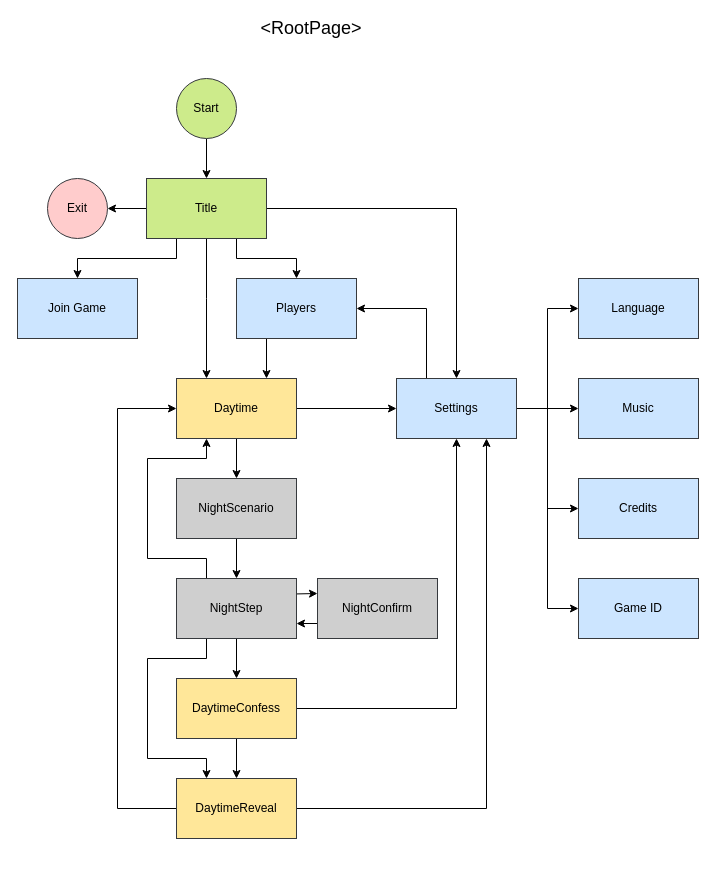
Earlier version of the draw.io diagram doc/Salem1692Moderator.drawio (ruittenb/salem-1692). Source tidied: cells renumbered, new cells numbered last; positions are measured from the earlier drawing's top-left corner, leaving out a move shared by most shapes. Both pictures are drawn from the tidied source at 100%, with x=0, y=0 at pixel (17, 18).
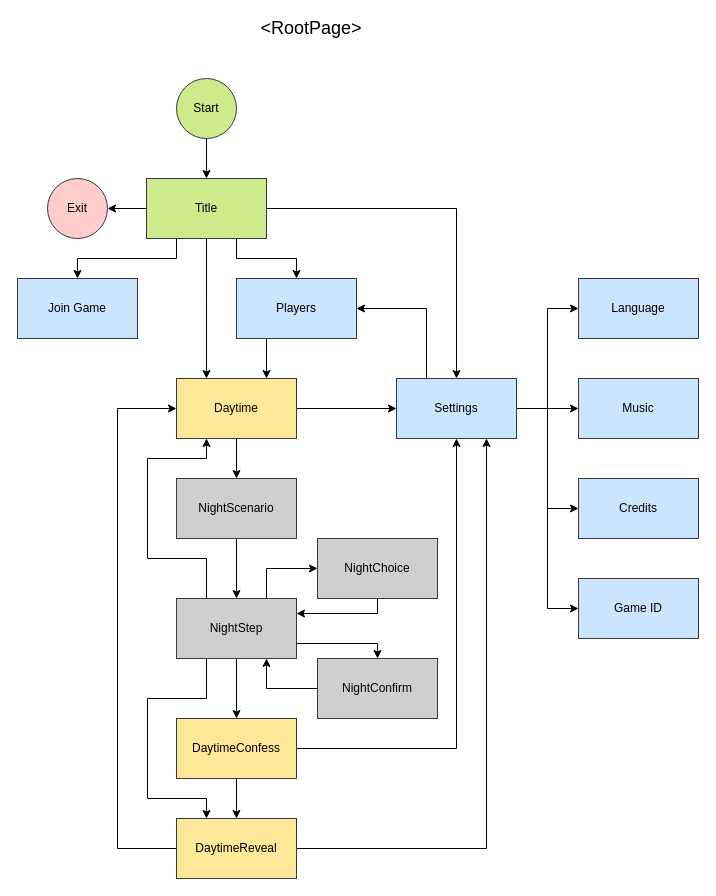
Above is the later version.

Unchanged cells that the change refers to:
```xml
<mxCell id="25" value="Daytime" style="rounded=0;whiteSpace=wrap;html=1;strokeColor=#36393d;fillColor=#FFE799;" parent="1" vertex="1">
  <mxGeometry x="159" y="360" width="120" height="60" as="geometry" />
</mxCell>
```

Change to the diagram source:
```diff
@@
-    <mxCell id="30" style="edgeStyle=orthogonalEdgeStyle;rounded=0;jettySize=auto;html=1;entryX=0;entryY=0.25;entryDx=0;entryDy=0;" parent="1" edge="1" target="35">
-      <mxGeometry relative="1" as="geometry">
-        <mxPoint x="250" y="575" as="sourcePoint" />
-      </mxGeometry>
-    </mxCell>
@@
     <mxCell id="32" style="edgeStyle=orthogonalEdgeStyle;rounded=0;jettySize=auto;html=1;exitX=0.25;exitY=1;exitDx=0;exitDy=0;entryX=0.25;entryY=0;entryDx=0;entryDy=0;" parent="1" edge="1" source="33" target="41">
       <mxGeometry relative="1" as="geometry">
         <Array as="points">
-          <mxPoint x="189" y="640" />
-          <mxPoint x="130" y="640" />
-          <mxPoint x="130" y="740" />
-          <mxPoint x="189" y="740" />
+          <mxPoint x="189" y="680" />
+          <mxPoint x="130" y="680" />
+          <mxPoint x="130" y="780" />
+          <mxPoint x="189" y="780" />
         </Array>
       </mxGeometry>
     </mxCell>
+    <mxCell id="43" style="edgeStyle=orthogonalEdgeStyle;rounded=0;jettySize=auto;html=1;exitX=0.75;exitY=0;exitDx=0;exitDy=0;entryX=0;entryY=0.5;entryDx=0;entryDy=0;" parent="1" edge="1" source="33" target="35">
+      <mxGeometry relative="1" as="geometry" />
+    </mxCell>
+    <mxCell id="44" style="edgeStyle=orthogonalEdgeStyle;rounded=0;jettySize=auto;html=1;exitX=0.75;exitY=1;exitDx=0;exitDy=0;entryX=0;entryY=0.5;entryDx=0;entryDy=0;startArrow=classic;startFill=1;endArrow=none;endFill=0;" parent="1" edge="1" source="33" target="46">
+      <mxGeometry relative="1" as="geometry" />
+    </mxCell>
     <mxCell id="33" value="NightStep" style="rounded=0;whiteSpace=wrap;html=1;strokeColor=#36393d;fillColor=#CFCFCF;" parent="1" vertex="1">
-      <mxGeometry x="159" y="560" width="120" height="60" as="geometry" />
+      <mxGeometry x="159" y="580" width="120" height="60" as="geometry" />
     </mxCell>
-    <mxCell id="34" style="edgeStyle=orthogonalEdgeStyle;rounded=0;jettySize=auto;html=1;entryX=1;entryY=0.75;entryDx=0;entryDy=0;exitX=0;exitY=0.75;exitDx=0;exitDy=0;" parent="1" edge="1" source="35" target="33">
-      <mxGeometry relative="1" as="geometry" />
+    <mxCell id="34" style="edgeStyle=orthogonalEdgeStyle;rounded=0;jettySize=auto;html=1;entryX=1;entryY=0.25;entryDx=0;entryDy=0;exitX=0.5;exitY=1;exitDx=0;exitDy=0;" parent="1" edge="1" source="35" target="33">
+      <mxGeometry relative="1" as="geometry">
+        <Array as="points">
+          <mxPoint x="360" y="595" />
+        </Array>
+      </mxGeometry>
     </mxCell>
-    <mxCell id="35" value="NightConfirm" style="rounded=0;whiteSpace=wrap;html=1;strokeColor=#36393d;fillColor=#CFCFCF;" parent="1" vertex="1">
-      <mxGeometry x="300" y="560" width="120" height="60" as="geometry" />
+    <mxCell id="35" value="NightChoice" style="rounded=0;whiteSpace=wrap;html=1;strokeColor=#36393d;fillColor=#CFCFCF;" parent="1" vertex="1">
+      <mxGeometry x="300" y="520" width="120" height="60" as="geometry" />
     </mxCell>
@@
     <mxCell id="38" value="DaytimeConfess" style="rounded=0;whiteSpace=wrap;html=1;strokeColor=#36393d;fillColor=#FFE799;" parent="1" vertex="1">
-      <mxGeometry x="159" y="660" width="120" height="60" as="geometry" />
+      <mxGeometry x="159" y="700" width="120" height="60" as="geometry" />
     </mxCell>
@@
-    <mxCell id="40" style="edgeStyle=orthogonalEdgeStyle;rounded=0;jettySize=auto;html=1;entryX=0;entryY=0.5;entryDx=0;entryDy=0;" parent="1" edge="1" source="41" target="25">
+    <mxCell id="40" style="edgeStyle=orthogonalEdgeStyle;rounded=0;jettySize=auto;html=1;entryX=0;entryY=0.5;entryDx=0;entryDy=0;exitX=0;exitY=0.5;exitDx=0;exitDy=0;" parent="1" edge="1" source="41" target="25">
       <mxGeometry relative="1" as="geometry">
         <Array as="points">
-          <mxPoint x="100" y="790" />
+          <mxPoint x="100" y="830" />
           <mxPoint x="100" y="390" />
         </Array>
       </mxGeometry>
     </mxCell>
     <mxCell id="41" value="DaytimeReveal" style="rounded=0;whiteSpace=wrap;html=1;strokeColor=#36393d;fillColor=#FFE799;" parent="1" vertex="1">
-      <mxGeometry x="159" y="760" width="120" height="60" as="geometry" />
+      <mxGeometry x="159" y="800" width="120" height="60" as="geometry" />
     </mxCell>
@@
+    <mxCell id="45" style="edgeStyle=orthogonalEdgeStyle;rounded=0;jettySize=auto;html=1;entryX=1;entryY=0.75;entryDx=0;entryDy=0;exitX=0.5;exitY=0;exitDx=0;exitDy=0;startArrow=classic;startFill=1;endArrow=none;endFill=0;" parent="1" edge="1" source="46" target="33">
+      <mxGeometry relative="1" as="geometry">
+        <Array as="points">
+          <mxPoint x="360" y="625" />
+        </Array>
+      </mxGeometry>
+    </mxCell>
+    <mxCell id="46" value="NightConfirm" style="rounded=0;whiteSpace=wrap;html=1;strokeColor=#36393d;fillColor=#CFCFCF;" parent="1" vertex="1">
+      <mxGeometry x="300" y="640" width="120" height="60" as="geometry" />
+    </mxCell>
```
